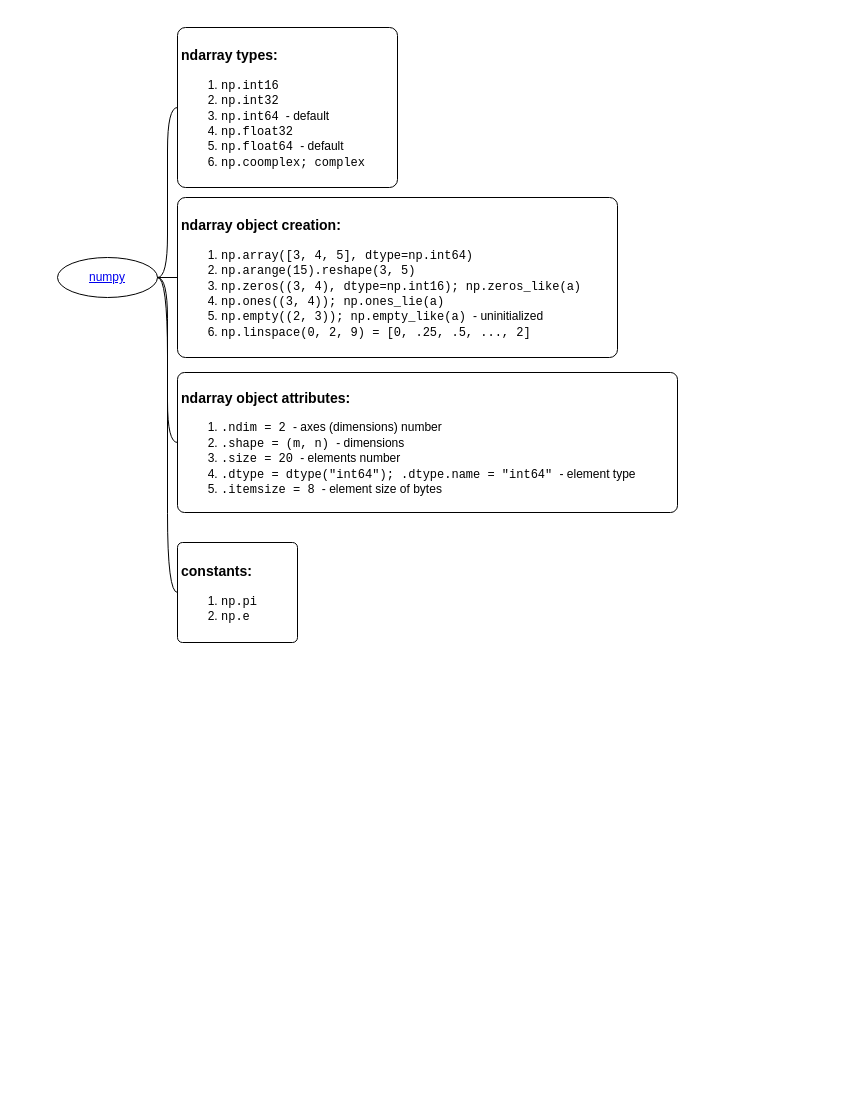
The draw.io diagram languages/python/stat.drawio in yangdj/tf_docs, before the edit. Source tidied: cells renumbered, new cells numbered last; positions are measured from the earlier drawing's top-left corner, leaving out a move shared by most shapes. Both pictures are drawn from the tidied source at 100%, with x=0, y=0 at pixel (17, 17).
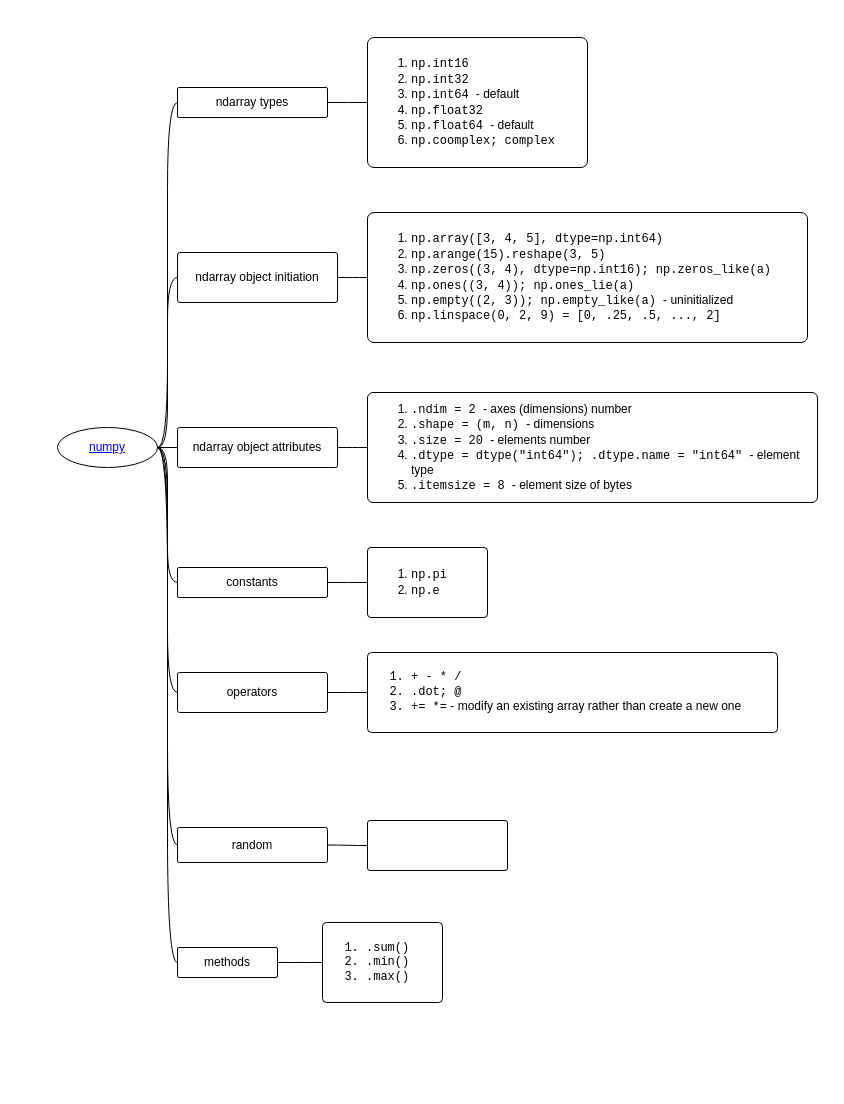
The same page after the edit.

Diff of the diagram source:
```diff
@@
     <mxCell id="2" style="swimlane;html=1;startSize=15;horizontal=1;containerType=tree;strokeColor=none;fillColor=none;" parent="1" vertex="1">
-      <mxGeometry width="720" height="660" as="geometry" />
+      <mxGeometry width="810" height="1070" as="geometry" />
     </mxCell>
@@
     <mxCell id="4" value="&lt;a href=&quot;https://numpy.org&quot;&gt;numpy&lt;/a&gt;" style="ellipse;whiteSpace=wrap;html=1;align=center;newEdgeStyle={&quot;edgeStyle&quot;:&quot;entityRelationEdgeStyle&quot;,&quot;startArrow&quot;:&quot;none&quot;,&quot;endArrow&quot;:&quot;none&quot;,&quot;segment&quot;:10,&quot;curved&quot;:1};" parent="2" vertex="1">
-      <mxGeometry x="40" y="240" width="100" height="40" as="geometry" />
+      <mxGeometry x="40" y="410" width="100" height="40" as="geometry" />
     </mxCell>
-    <mxCell id="5" value="&lt;h3&gt;ndarray types:&lt;/h3&gt;&lt;div&gt;&lt;ol&gt;&lt;li&gt;&lt;font face=&quot;Courier New&quot;&gt;np.int16&lt;/font&gt;&lt;/li&gt;&lt;li&gt;&lt;font face=&quot;Courier New&quot;&gt;np.int32&lt;/font&gt;&lt;/li&gt;&lt;li&gt;&lt;font face=&quot;Courier New&quot;&gt;np.int64 &lt;/font&gt;- default&lt;/li&gt;&lt;li&gt;&lt;font face=&quot;Courier New&quot;&gt;np.float32&lt;/font&gt;&lt;/li&gt;&lt;li&gt;&lt;font face=&quot;Courier New&quot;&gt;np.float64 &lt;/font&gt;- default&lt;/li&gt;&lt;li&gt;&lt;font face=&quot;Courier New&quot;&gt;np.coomplex; complex&lt;/font&gt;&lt;/li&gt;&lt;/ol&gt;&lt;/div&gt;" style="whiteSpace=wrap;html=1;rounded=1;arcSize=5;align=left;verticalAlign=middle;strokeWidth=1;spacing=4;newEdgeStyle={&quot;edgeStyle&quot;:&quot;entityRelationEdgeStyle&quot;,&quot;startArrow&quot;:&quot;none&quot;,&quot;endArrow&quot;:&quot;none&quot;,&quot;segment&quot;:10,&quot;curved&quot;:1};direction=east;" parent="2" vertex="1">
-      <mxGeometry x="160" y="10" width="220" height="160" as="geometry" />
+    <mxCell id="5" value="&lt;p&gt;ndarray types&lt;/p&gt;" style="whiteSpace=wrap;html=1;rounded=1;arcSize=5;align=center;verticalAlign=middle;strokeWidth=1;spacing=4;newEdgeStyle={&quot;edgeStyle&quot;:&quot;entityRelationEdgeStyle&quot;,&quot;startArrow&quot;:&quot;none&quot;,&quot;endArrow&quot;:&quot;none&quot;,&quot;segment&quot;:10,&quot;curved&quot;:1};direction=east;" parent="2" vertex="1">
+      <mxGeometry x="160" y="70" width="150" height="30" as="geometry" />
     </mxCell>
@@
-    <mxCell id="7" value="&lt;h3&gt;ndarray object attributes:&lt;/h3&gt;&lt;div&gt;&lt;ol&gt;&lt;li&gt;&lt;font face=&quot;Courier New&quot;&gt;.ndim = 2&amp;nbsp;&lt;/font&gt;- axes (dimensions) number&lt;/li&gt;&lt;li&gt;&lt;font face=&quot;Courier New&quot;&gt;.shape = (m, n)&amp;nbsp;&lt;/font&gt;- dimensions&lt;/li&gt;&lt;li&gt;&lt;font face=&quot;Courier New&quot;&gt;.size = 20&amp;nbsp;&lt;/font&gt;- elements number&lt;/li&gt;&lt;li&gt;&lt;font face=&quot;Courier New&quot;&gt;.dtype = dtype(&quot;int64&quot;); .dtype.name = &quot;int64&quot;&amp;nbsp;&lt;/font&gt;- element type&lt;/li&gt;&lt;li&gt;&lt;font face=&quot;Courier New&quot;&gt;.itemsize = 8&amp;nbsp;&lt;/font&gt;- element size of bytes&lt;/li&gt;&lt;/ol&gt;&lt;/div&gt;" style="whiteSpace=wrap;html=1;rounded=1;arcSize=5;align=left;verticalAlign=middle;strokeWidth=1;spacing=4;newEdgeStyle={&quot;edgeStyle&quot;:&quot;entityRelationEdgeStyle&quot;,&quot;startArrow&quot;:&quot;none&quot;,&quot;endArrow&quot;:&quot;none&quot;,&quot;segment&quot;:10,&quot;curved&quot;:1};" parent="2" vertex="1">
-      <mxGeometry x="160" y="355" width="500" height="140" as="geometry" />
+    <mxCell id="7" value="&lt;p&gt;ndarray object attributes&lt;/p&gt;" style="whiteSpace=wrap;html=1;rounded=1;arcSize=5;align=center;verticalAlign=middle;strokeWidth=1;spacing=4;newEdgeStyle={&quot;edgeStyle&quot;:&quot;entityRelationEdgeStyle&quot;,&quot;startArrow&quot;:&quot;none&quot;,&quot;endArrow&quot;:&quot;none&quot;,&quot;segment&quot;:10,&quot;curved&quot;:1};" parent="2" vertex="1">
+      <mxGeometry x="160" y="410" width="160" height="40" as="geometry" />
     </mxCell>
@@
-    <mxCell id="9" value="&lt;h3&gt;ndarray object creation:&lt;/h3&gt;&lt;div&gt;&lt;ol&gt;&lt;li&gt;&lt;font face=&quot;Courier New&quot;&gt;np.array([3, 4, 5], dtype=np.int64)&lt;/font&gt;&lt;/li&gt;&lt;li&gt;&lt;font face=&quot;Courier New&quot;&gt;np.arange(15).reshape(3, 5)&lt;/font&gt;&lt;/li&gt;&lt;li&gt;&lt;font face=&quot;Courier New&quot;&gt;np.zeros((3, 4), dtype=np.int16); np.zeros_like(a)&lt;/font&gt;&lt;/li&gt;&lt;li&gt;&lt;font face=&quot;Courier New&quot;&gt;np.ones((3, 4)); np.ones_lie(a)&lt;/font&gt;&lt;/li&gt;&lt;li&gt;&lt;font face=&quot;Courier New&quot;&gt;np.empty((2, 3)); np.empty_like(a)&amp;nbsp;&lt;/font&gt;- uninitialized&lt;/li&gt;&lt;li&gt;&lt;font face=&quot;Courier New&quot;&gt;np.linspace(0, 2, 9) = [0, .25, .5, ..., 2]&lt;/font&gt;&lt;/li&gt;&lt;/ol&gt;&lt;/div&gt;" style="whiteSpace=wrap;html=1;rounded=1;arcSize=5;align=left;verticalAlign=middle;strokeWidth=1;spacing=4;newEdgeStyle={&quot;edgeStyle&quot;:&quot;entityRelationEdgeStyle&quot;,&quot;startArrow&quot;:&quot;none&quot;,&quot;endArrow&quot;:&quot;none&quot;,&quot;segment&quot;:10,&quot;curved&quot;:1};direction=east;" parent="2" vertex="1">
-      <mxGeometry x="160" y="180" width="440" height="160" as="geometry" />
+    <mxCell id="9" value="&lt;p&gt;ndarray object initiation&lt;/p&gt;" style="whiteSpace=wrap;html=1;rounded=1;arcSize=5;align=center;verticalAlign=middle;strokeWidth=1;spacing=4;newEdgeStyle={&quot;edgeStyle&quot;:&quot;entityRelationEdgeStyle&quot;,&quot;startArrow&quot;:&quot;none&quot;,&quot;endArrow&quot;:&quot;none&quot;,&quot;segment&quot;:10,&quot;curved&quot;:1};direction=east;" parent="2" vertex="1">
+      <mxGeometry x="160" y="235" width="160" height="50" as="geometry" />
     </mxCell>
@@
-    <mxCell id="11" value="&lt;h3&gt;constants:&lt;/h3&gt;&lt;div&gt;&lt;ol&gt;&lt;li&gt;&lt;font face=&quot;Courier New&quot;&gt;np.pi&lt;/font&gt;&lt;/li&gt;&lt;li&gt;&lt;font face=&quot;Courier New&quot;&gt;np.e&lt;/font&gt;&lt;/li&gt;&lt;/ol&gt;&lt;/div&gt;" style="whiteSpace=wrap;html=1;rounded=1;arcSize=5;align=left;verticalAlign=middle;strokeWidth=1;spacing=4;newEdgeStyle={&quot;edgeStyle&quot;:&quot;entityRelationEdgeStyle&quot;,&quot;startArrow&quot;:&quot;none&quot;,&quot;endArrow&quot;:&quot;none&quot;,&quot;segment&quot;:10,&quot;curved&quot;:1};" parent="2" vertex="1">
-      <mxGeometry x="160" y="525" width="120" height="100" as="geometry" />
+    <mxCell id="11" value="&lt;p&gt;constants&lt;/p&gt;" style="whiteSpace=wrap;html=1;rounded=1;arcSize=5;align=center;verticalAlign=middle;strokeWidth=1;spacing=4;newEdgeStyle={&quot;edgeStyle&quot;:&quot;entityRelationEdgeStyle&quot;,&quot;startArrow&quot;:&quot;none&quot;,&quot;endArrow&quot;:&quot;none&quot;,&quot;segment&quot;:10,&quot;curved&quot;:1};" parent="2" vertex="1">
+      <mxGeometry x="160" y="550" width="150" height="30" as="geometry" />
     </mxCell>
+    <mxCell id="12" style="edgeStyle=entityRelationEdgeStyle;startArrow=none;endArrow=none;segment=10;curved=1;" parent="2" edge="1" source="5" target="13">
+      <mxGeometry relative="1" as="geometry" />
+    </mxCell>
+    <mxCell id="13" value="&lt;div&gt;&lt;ol&gt;&lt;li&gt;&lt;font face=&quot;Courier New&quot;&gt;np.int16&lt;/font&gt;&lt;/li&gt;&lt;li&gt;&lt;font face=&quot;Courier New&quot;&gt;np.int32&lt;/font&gt;&lt;/li&gt;&lt;li&gt;&lt;font face=&quot;Courier New&quot;&gt;np.int64 &lt;/font&gt;- default&lt;/li&gt;&lt;li&gt;&lt;font face=&quot;Courier New&quot;&gt;np.float32&lt;/font&gt;&lt;/li&gt;&lt;li&gt;&lt;font face=&quot;Courier New&quot;&gt;np.float64 &lt;/font&gt;- default&lt;/li&gt;&lt;li&gt;&lt;font face=&quot;Courier New&quot;&gt;np.coomplex; complex&lt;/font&gt;&lt;/li&gt;&lt;/ol&gt;&lt;/div&gt;" style="whiteSpace=wrap;html=1;rounded=1;arcSize=5;align=left;verticalAlign=middle;strokeWidth=1;spacing=4;newEdgeStyle={&quot;edgeStyle&quot;:&quot;entityRelationEdgeStyle&quot;,&quot;startArrow&quot;:&quot;none&quot;,&quot;endArrow&quot;:&quot;none&quot;,&quot;segment&quot;:10,&quot;curved&quot;:1};direction=east;" parent="2" vertex="1">
+      <mxGeometry x="350" y="20" width="220" height="130" as="geometry" />
+    </mxCell>
+    <mxCell id="14" style="edgeStyle=entityRelationEdgeStyle;startArrow=none;endArrow=none;segment=10;curved=1;" parent="2" edge="1" source="9" target="15">
+      <mxGeometry relative="1" as="geometry" />
+    </mxCell>
+    <mxCell id="15" value="&lt;div&gt;&lt;ol&gt;&lt;li&gt;&lt;font face=&quot;Courier New&quot;&gt;np.array([3, 4, 5], dtype=np.int64)&lt;/font&gt;&lt;/li&gt;&lt;li&gt;&lt;font face=&quot;Courier New&quot;&gt;np.arange(15).reshape(3, 5)&lt;/font&gt;&lt;/li&gt;&lt;li&gt;&lt;font face=&quot;Courier New&quot;&gt;np.zeros((3, 4), dtype=np.int16); np.zeros_like(a)&lt;/font&gt;&lt;/li&gt;&lt;li&gt;&lt;font face=&quot;Courier New&quot;&gt;np.ones((3, 4)); np.ones_lie(a)&lt;/font&gt;&lt;/li&gt;&lt;li&gt;&lt;font face=&quot;Courier New&quot;&gt;np.empty((2, 3)); np.empty_like(a)&amp;nbsp;&lt;/font&gt;- uninitialized&lt;/li&gt;&lt;li&gt;&lt;font face=&quot;Courier New&quot;&gt;np.linspace(0, 2, 9) = [0, .25, .5, ..., 2]&lt;/font&gt;&lt;/li&gt;&lt;/ol&gt;&lt;/div&gt;" style="whiteSpace=wrap;html=1;rounded=1;arcSize=5;align=left;verticalAlign=middle;strokeWidth=1;spacing=4;newEdgeStyle={&quot;edgeStyle&quot;:&quot;entityRelationEdgeStyle&quot;,&quot;startArrow&quot;:&quot;none&quot;,&quot;endArrow&quot;:&quot;none&quot;,&quot;segment&quot;:10,&quot;curved&quot;:1};direction=east;" parent="2" vertex="1">
+      <mxGeometry x="350" y="195" width="440" height="130" as="geometry" />
+    </mxCell>
+    <mxCell id="16" style="edgeStyle=entityRelationEdgeStyle;startArrow=none;endArrow=none;segment=10;curved=1;" parent="2" edge="1" source="7" target="17">
+      <mxGeometry relative="1" as="geometry" />
+    </mxCell>
+    <mxCell id="17" value="&lt;div&gt;&lt;ol&gt;&lt;li&gt;&lt;font face=&quot;Courier New&quot;&gt;.ndim = 2&amp;nbsp;&lt;/font&gt;- axes (dimensions) number&lt;/li&gt;&lt;li&gt;&lt;font face=&quot;Courier New&quot;&gt;.shape = (m, n)&amp;nbsp;&lt;/font&gt;- dimensions&lt;/li&gt;&lt;li&gt;&lt;font face=&quot;Courier New&quot;&gt;.size = 20&amp;nbsp;&lt;/font&gt;- elements number&lt;/li&gt;&lt;li&gt;&lt;font face=&quot;Courier New&quot;&gt;.dtype = dtype(&quot;int64&quot;); .dtype.name = &quot;int64&quot;&amp;nbsp;&lt;/font&gt;- element type&lt;/li&gt;&lt;li&gt;&lt;font face=&quot;Courier New&quot;&gt;.itemsize = 8&amp;nbsp;&lt;/font&gt;- element size of bytes&lt;/li&gt;&lt;/ol&gt;&lt;/div&gt;" style="whiteSpace=wrap;html=1;rounded=1;arcSize=5;align=left;verticalAlign=middle;strokeWidth=1;spacing=4;newEdgeStyle={&quot;edgeStyle&quot;:&quot;entityRelationEdgeStyle&quot;,&quot;startArrow&quot;:&quot;none&quot;,&quot;endArrow&quot;:&quot;none&quot;,&quot;segment&quot;:10,&quot;curved&quot;:1};" parent="2" vertex="1">
+      <mxGeometry x="350" y="375" width="450" height="110" as="geometry" />
+    </mxCell>
+    <mxCell id="18" style="edgeStyle=entityRelationEdgeStyle;startArrow=none;endArrow=none;segment=10;curved=1;" parent="2" edge="1" source="11" target="19">
+      <mxGeometry relative="1" as="geometry" />
+    </mxCell>
+    <mxCell id="19" value="&lt;div&gt;&lt;ol&gt;&lt;li&gt;&lt;font face=&quot;Courier New&quot;&gt;np.pi&lt;/font&gt;&lt;/li&gt;&lt;li&gt;&lt;font face=&quot;Courier New&quot;&gt;np.e&lt;/font&gt;&lt;/li&gt;&lt;/ol&gt;&lt;/div&gt;" style="whiteSpace=wrap;html=1;rounded=1;arcSize=5;align=left;verticalAlign=middle;strokeWidth=1;spacing=4;newEdgeStyle={&quot;edgeStyle&quot;:&quot;entityRelationEdgeStyle&quot;,&quot;startArrow&quot;:&quot;none&quot;,&quot;endArrow&quot;:&quot;none&quot;,&quot;segment&quot;:10,&quot;curved&quot;:1};" parent="2" vertex="1">
+      <mxGeometry x="350" y="530" width="120" height="70" as="geometry" />
+    </mxCell>
+    <mxCell id="20" style="edgeStyle=entityRelationEdgeStyle;startArrow=none;endArrow=none;segment=10;curved=1;" parent="2" edge="1" source="4" target="21">
+      <mxGeometry relative="1" as="geometry" />
+    </mxCell>
+    <mxCell id="21" value="&lt;p&gt;operators&lt;/p&gt;" style="whiteSpace=wrap;html=1;rounded=1;arcSize=5;align=center;verticalAlign=middle;strokeWidth=1;spacing=4;newEdgeStyle={&quot;edgeStyle&quot;:&quot;entityRelationEdgeStyle&quot;,&quot;startArrow&quot;:&quot;none&quot;,&quot;endArrow&quot;:&quot;none&quot;,&quot;segment&quot;:10,&quot;curved&quot;:1};" parent="2" vertex="1">
+      <mxGeometry x="160" y="655" width="150" height="40" as="geometry" />
+    </mxCell>
+    <mxCell id="22" style="edgeStyle=entityRelationEdgeStyle;startArrow=none;endArrow=none;segment=10;curved=1;" parent="2" edge="1" source="21" target="23">
+      <mxGeometry relative="1" as="geometry" />
+    </mxCell>
+    <mxCell id="23" value="&lt;p&gt;&lt;/p&gt;&lt;ol&gt;&lt;li&gt;+ - * /&lt;/li&gt;&lt;li&gt;.dot; @&lt;/li&gt;&lt;li&gt;+= *=&lt;font face=&quot;Helvetica&quot;&gt;&amp;nbsp;- modify an existing array rather than create a new one&lt;/font&gt;&lt;/li&gt;&lt;/ol&gt;&lt;p&gt;&lt;/p&gt;" style="whiteSpace=wrap;html=1;rounded=1;arcSize=5;align=left;verticalAlign=middle;strokeWidth=1;spacing=4;newEdgeStyle={&quot;edgeStyle&quot;:&quot;entityRelationEdgeStyle&quot;,&quot;startArrow&quot;:&quot;none&quot;,&quot;endArrow&quot;:&quot;none&quot;,&quot;segment&quot;:10,&quot;curved&quot;:1};fontFamily=Courier New;" parent="2" vertex="1">
+      <mxGeometry x="350" y="635" width="410" height="80" as="geometry" />
+    </mxCell>
+    <mxCell id="24" style="edgeStyle=entityRelationEdgeStyle;startArrow=none;endArrow=none;segment=10;curved=1;" parent="2" edge="1" source="4" target="25">
+      <mxGeometry relative="1" as="geometry" />
+    </mxCell>
+    <mxCell id="25" value="&lt;p&gt;random&lt;/p&gt;" style="whiteSpace=wrap;html=1;rounded=1;arcSize=5;align=center;verticalAlign=middle;strokeWidth=1;spacing=4;newEdgeStyle={&quot;edgeStyle&quot;:&quot;entityRelationEdgeStyle&quot;,&quot;startArrow&quot;:&quot;none&quot;,&quot;endArrow&quot;:&quot;none&quot;,&quot;segment&quot;:10,&quot;curved&quot;:1};" parent="2" vertex="1">
+      <mxGeometry x="160" y="810" width="150" height="35" as="geometry" />
+    </mxCell>
+    <mxCell id="26" style="edgeStyle=entityRelationEdgeStyle;startArrow=none;endArrow=none;segment=10;curved=1;" parent="2" edge="1" source="25" target="27">
+      <mxGeometry relative="1" as="geometry" />
+    </mxCell>
+    <mxCell id="27" value="&lt;p&gt;&lt;br&gt;&lt;/p&gt;" style="whiteSpace=wrap;html=1;rounded=1;arcSize=5;align=center;verticalAlign=middle;strokeWidth=1;spacing=4;newEdgeStyle={&quot;edgeStyle&quot;:&quot;entityRelationEdgeStyle&quot;,&quot;startArrow&quot;:&quot;none&quot;,&quot;endArrow&quot;:&quot;none&quot;,&quot;segment&quot;:10,&quot;curved&quot;:1};" parent="2" vertex="1">
+      <mxGeometry x="350" y="803" width="140" height="50" as="geometry" />
+    </mxCell>
+    <mxCell id="28" style="edgeStyle=entityRelationEdgeStyle;startArrow=none;endArrow=none;segment=10;curved=1;" parent="2" edge="1" source="4" target="29">
+      <mxGeometry relative="1" as="geometry" />
+    </mxCell>
+    <mxCell id="29" value="&lt;p&gt;methods&lt;/p&gt;" style="whiteSpace=wrap;html=1;rounded=1;arcSize=5;align=center;verticalAlign=middle;strokeWidth=1;spacing=4;newEdgeStyle={&quot;edgeStyle&quot;:&quot;entityRelationEdgeStyle&quot;,&quot;startArrow&quot;:&quot;none&quot;,&quot;endArrow&quot;:&quot;none&quot;,&quot;segment&quot;:10,&quot;curved&quot;:1};" parent="2" vertex="1">
+      <mxGeometry x="160" y="930" width="100" height="30" as="geometry" />
+    </mxCell>
+    <mxCell id="30" style="edgeStyle=entityRelationEdgeStyle;startArrow=none;endArrow=none;segment=10;curved=1;" parent="2" edge="1" source="29" target="31">
+      <mxGeometry relative="1" as="geometry" />
+    </mxCell>
+    <mxCell id="31" value="&lt;p&gt;&lt;/p&gt;&lt;ol&gt;&lt;li&gt;.sum()&lt;/li&gt;&lt;li&gt;.min()&lt;/li&gt;&lt;li&gt;.max()&lt;/li&gt;&lt;/ol&gt;&lt;p&gt;&lt;/p&gt;" style="whiteSpace=wrap;html=1;rounded=1;arcSize=5;align=left;verticalAlign=middle;strokeWidth=1;spacing=4;newEdgeStyle={&quot;edgeStyle&quot;:&quot;entityRelationEdgeStyle&quot;,&quot;startArrow&quot;:&quot;none&quot;,&quot;endArrow&quot;:&quot;none&quot;,&quot;segment&quot;:10,&quot;curved&quot;:1};fontFamily=Courier New;" parent="2" vertex="1">
+      <mxGeometry x="305" y="905" width="120" height="80" as="geometry" />
+    </mxCell>
```
